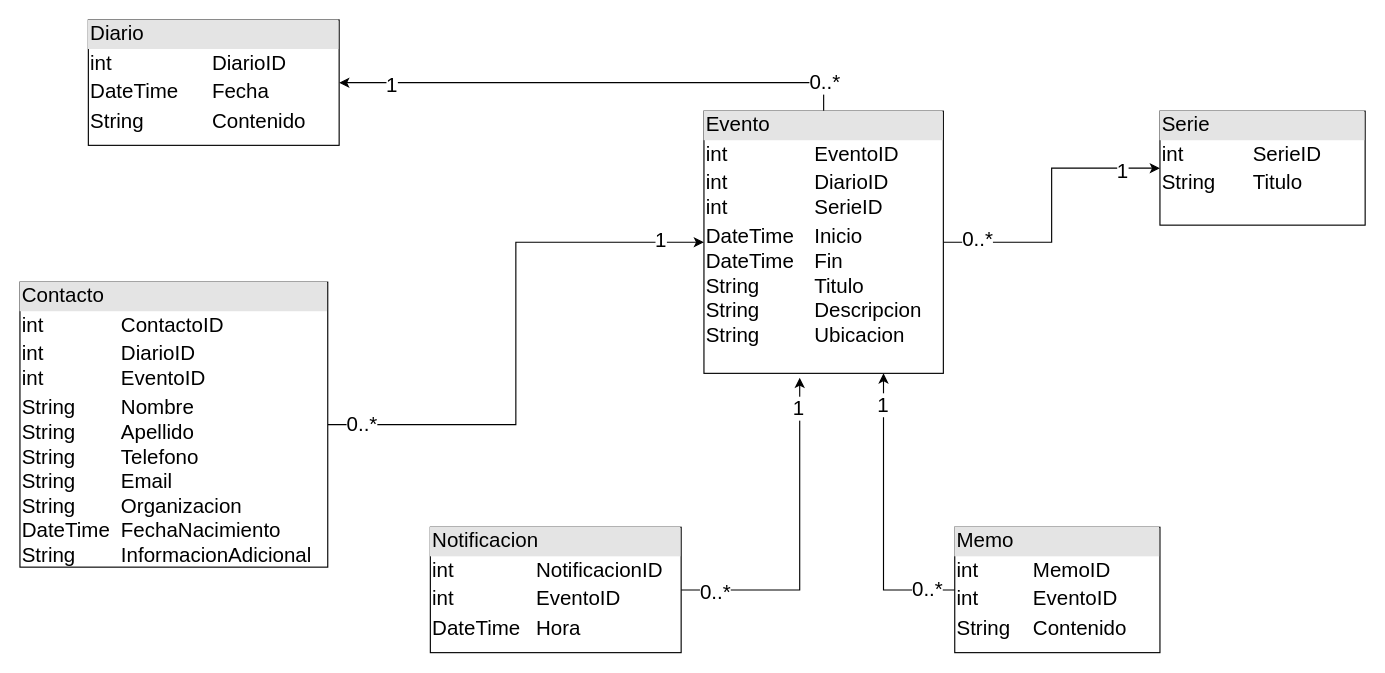
Earlier version of the draw.io diagram BD_Hiriart-Corales_v1.drawio (LuisCorales/personalschedule-mvc-dotnet). Source tidied: cells renumbered, new cells numbered last; positions are measured from the earlier drawing's top-left corner, leaving out a move shared by most shapes. Both pictures are drawn from the tidied source at 114%, with x=0, y=0 at pixel (19, 19).
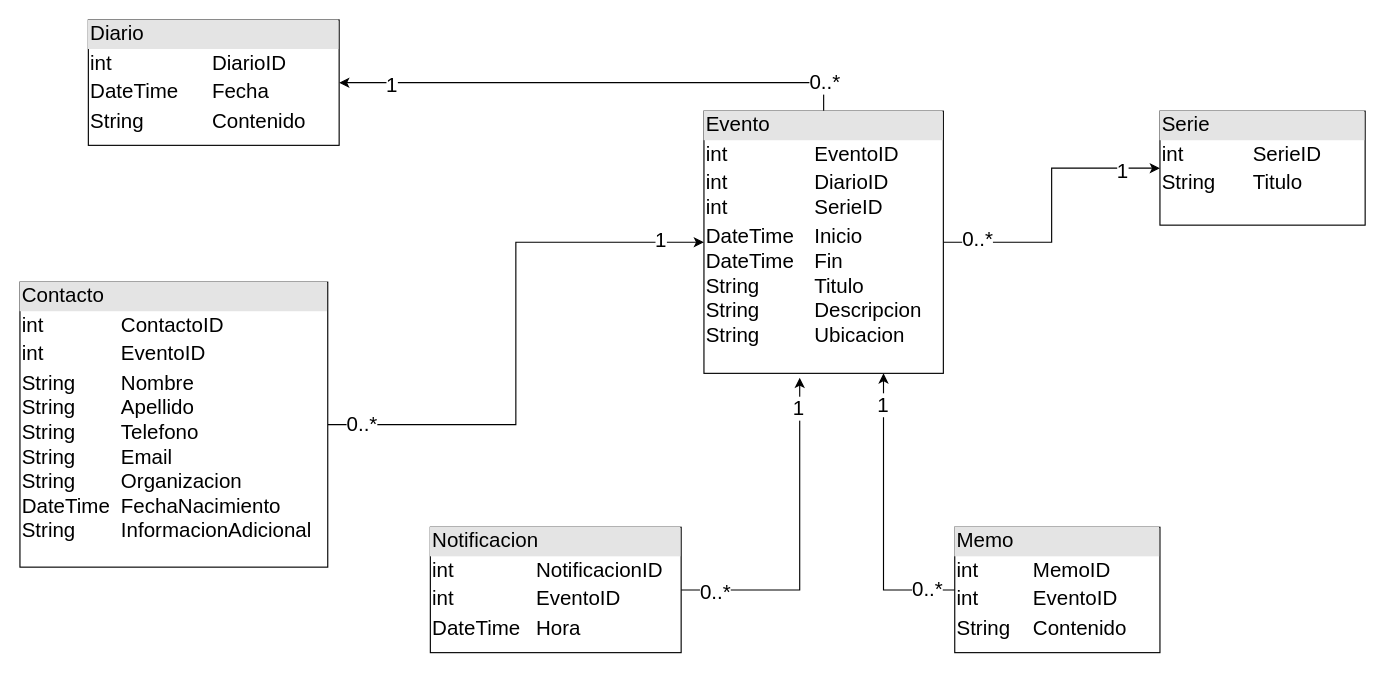
The same page after the edit.

What changed in the source:
```diff
@@
-    <mxCell id="5" value="&lt;div style=&quot;box-sizing: border-box ; width: 100% ; background: #e4e4e4 ; padding: 2px&quot;&gt;Contacto&lt;/div&gt;&lt;table style=&quot;width: 100% ; font-size: 1em&quot; cellpadding=&quot;2&quot; cellspacing=&quot;0&quot;&gt;&lt;tbody&gt;&lt;tr&gt;&lt;td&gt;int&lt;/td&gt;&lt;td&gt;ContactoID&lt;/td&gt;&lt;/tr&gt;&lt;tr&gt;&lt;td&gt;int&lt;br&gt;int&lt;/td&gt;&lt;td&gt;DiarioID&lt;br&gt;EventoID&lt;/td&gt;&lt;/tr&gt;&lt;tr&gt;&lt;td&gt;String&lt;br&gt;String&lt;br&gt;String&lt;br&gt;String&lt;br&gt;String&lt;br&gt;DateTime&lt;br&gt;String&lt;/td&gt;&lt;td&gt;Nombre&lt;br&gt;Apellido&lt;br&gt;Telefono&lt;br&gt;Email&lt;br&gt;Organizacion&lt;br&gt;FechaNacimiento&lt;br&gt;InformacionAdicional&lt;/td&gt;&lt;/tr&gt;&lt;/tbody&gt;&lt;/table&gt;" style="verticalAlign=top;align=left;overflow=fill;html=1;fontSize=18;" parent="1" vertex="1">
+    <mxCell id="5" value="&lt;div style=&quot;box-sizing: border-box ; width: 100% ; background: #e4e4e4 ; padding: 2px&quot;&gt;Contacto&lt;/div&gt;&lt;table style=&quot;width: 100% ; font-size: 1em&quot; cellpadding=&quot;2&quot; cellspacing=&quot;0&quot;&gt;&lt;tbody&gt;&lt;tr&gt;&lt;td&gt;int&lt;/td&gt;&lt;td&gt;ContactoID&lt;/td&gt;&lt;/tr&gt;&lt;tr&gt;&lt;td&gt;int&lt;/td&gt;&lt;td&gt;EventoID&lt;/td&gt;&lt;/tr&gt;&lt;tr&gt;&lt;td&gt;String&lt;br&gt;String&lt;br&gt;String&lt;br&gt;String&lt;br&gt;String&lt;br&gt;DateTime&lt;br&gt;String&lt;/td&gt;&lt;td&gt;Nombre&lt;br&gt;Apellido&lt;br&gt;Telefono&lt;br&gt;Email&lt;br&gt;Organizacion&lt;br&gt;FechaNacimiento&lt;br&gt;InformacionAdicional&lt;/td&gt;&lt;/tr&gt;&lt;/tbody&gt;&lt;/table&gt;" style="verticalAlign=top;align=left;overflow=fill;html=1;fontSize=18;" parent="1" vertex="1">
       <mxGeometry y="230" width="270" height="250" as="geometry" />
     </mxCell>
```
